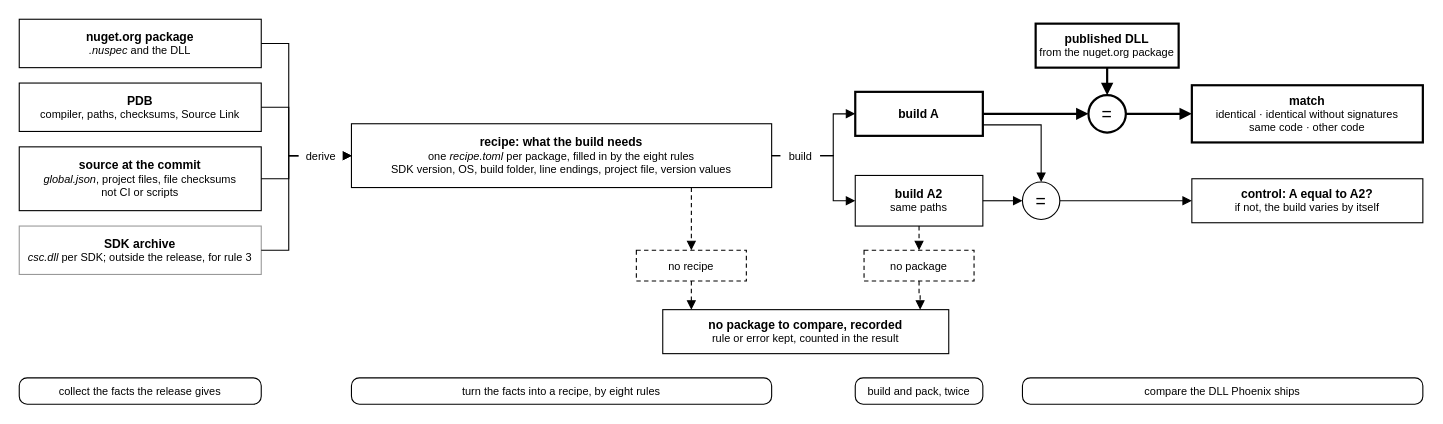
The draw.io diagram 2-dependencies/2b-rebuild/figures/pipeline-2b.drawio in leosakharoff/dotnet-rebuild-experiments, before the edit. Source tidied: cells renumbered, new cells numbered last; positions are measured from the earlier drawing's top-left corner, leaving out a move shared by most shapes. Both pictures are drawn from the tidied source at 110%, with x=0, y=0 at pixel (19, 19).
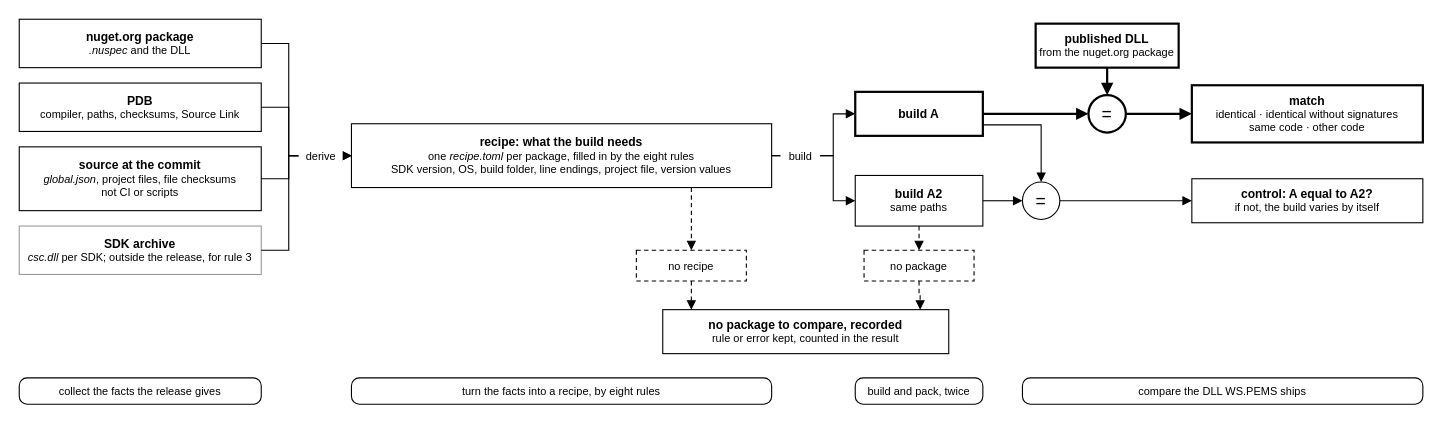
Above is the later version.

Change to the diagram source:
```diff
@@
-    <mxCell id="38" value="compare the DLL Phoenix ships" style="rounded=1;whiteSpace=wrap;html=1;arcSize=30;fillColor=#FFFFFF;strokeColor=#000000;strokeWidth=1;fontSize=10;fontFamily=Helvetica;fontColor=#000000;" parent="1" vertex="1">
+    <mxCell id="38" value="compare the DLL WS.PEMS ships" style="rounded=1;whiteSpace=wrap;html=1;arcSize=30;fillColor=#FFFFFF;strokeColor=#000000;strokeWidth=1;fontSize=10;fontFamily=Helvetica;fontColor=#000000;" parent="1" vertex="1">
       <mxGeometry x="912" y="326" width="364" height="24" as="geometry" />
     </mxCell>
```
